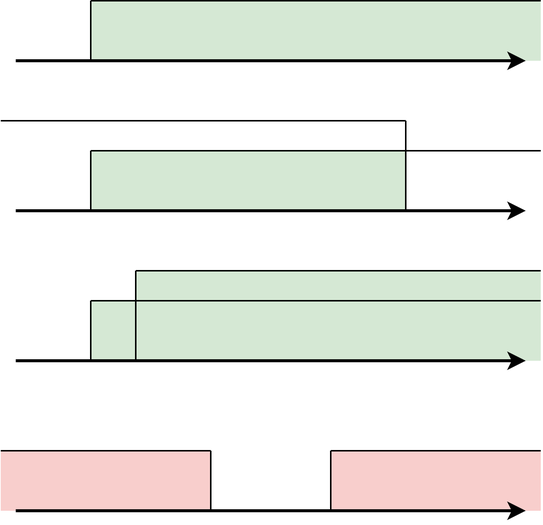
Earlier version of the draw.io export images/nejed_int.png (borisavz/teorija_tipova). Source tidied: cells renumbered, new cells last; positions are measured from the earlier drawing's top-left corner, leaving out a move shared by most shapes. Source of this version:
```xml
<mxGraphModel>
  <root>
    <mxCell id="0" />
    <mxCell id="1" parent="0" />
    <mxCell id="2" style="rounded=0;whiteSpace=wrap;html=1;fillColor=#d5e8d4;strokeColor=none;gradientColor=none;" parent="1" vertex="1">
      <mxGeometry x="90" y="180" width="270" height="60" as="geometry" />
    </mxCell>
    <mxCell id="3" style="rounded=0;whiteSpace=wrap;html=1;fillColor=#f8cecc;strokeColor=none;" parent="1" vertex="1">
      <mxGeometry x="220" y="300" width="140" height="40" as="geometry" />
    </mxCell>
    <mxCell id="4" style="rounded=0;whiteSpace=wrap;html=1;fillColor=#f8cecc;strokeColor=none;" parent="1" vertex="1">
      <mxGeometry y="300" width="140" height="40" as="geometry" />
    </mxCell>
    <mxCell id="5" style="rounded=0;whiteSpace=wrap;html=1;fillColor=#d5e8d4;strokeColor=none;gradientColor=none;" parent="1" vertex="1">
      <mxGeometry x="60" y="100" width="210" height="40" as="geometry" />
    </mxCell>
    <mxCell id="6" style="rounded=0;whiteSpace=wrap;html=1;fillColor=#d5e8d4;strokeColor=none;" parent="1" vertex="1">
      <mxGeometry x="60" width="300" height="40" as="geometry" />
    </mxCell>
    <mxCell id="7" style="endArrow=classic;html=1;rounded=0;strokeWidth=2;" parent="1" edge="1">
      <mxGeometry relative="1" as="geometry">
        <mxPoint x="10" y="40" as="sourcePoint" />
        <mxPoint x="350" y="40" as="targetPoint" />
      </mxGeometry>
    </mxCell>
    <mxCell id="8" style="endArrow=none;html=1;rounded=0;" parent="1" edge="1">
      <mxGeometry relative="1" as="geometry">
        <mxPoint x="60" y="40" as="sourcePoint" />
        <mxPoint x="60" as="targetPoint" />
      </mxGeometry>
    </mxCell>
    <mxCell id="9" style="endArrow=none;html=1;rounded=0;" parent="1" edge="1">
      <mxGeometry relative="1" as="geometry">
        <mxPoint x="60" as="sourcePoint" />
        <mxPoint x="360" as="targetPoint" />
      </mxGeometry>
    </mxCell>
    <mxCell id="10" style="endArrow=classic;html=1;rounded=0;strokeWidth=2;" parent="1" edge="1">
      <mxGeometry relative="1" as="geometry">
        <mxPoint x="10" y="140" as="sourcePoint" />
        <mxPoint x="350" y="140" as="targetPoint" />
      </mxGeometry>
    </mxCell>
    <mxCell id="11" style="endArrow=none;html=1;rounded=0;" parent="1" edge="1">
      <mxGeometry relative="1" as="geometry">
        <mxPoint x="60" y="140" as="sourcePoint" />
        <mxPoint x="60" y="100" as="targetPoint" />
      </mxGeometry>
    </mxCell>
    <mxCell id="12" style="endArrow=none;html=1;rounded=0;" parent="1" edge="1">
      <mxGeometry relative="1" as="geometry">
        <mxPoint x="60" y="100" as="sourcePoint" />
        <mxPoint x="360" y="100" as="targetPoint" />
      </mxGeometry>
    </mxCell>
    <mxCell id="13" style="endArrow=none;html=1;rounded=0;" parent="1" edge="1">
      <mxGeometry relative="1" as="geometry">
        <mxPoint x="270" y="140" as="sourcePoint" />
        <mxPoint x="270" y="80" as="targetPoint" />
      </mxGeometry>
    </mxCell>
    <mxCell id="14" style="endArrow=none;html=1;rounded=0;" parent="1" edge="1">
      <mxGeometry relative="1" as="geometry">
        <mxPoint y="80" as="sourcePoint" />
        <mxPoint x="270" y="80" as="targetPoint" />
      </mxGeometry>
    </mxCell>
    <mxCell id="15" style="endArrow=classic;html=1;rounded=0;strokeWidth=2;" parent="1" edge="1">
      <mxGeometry relative="1" as="geometry">
        <mxPoint x="10" y="340" as="sourcePoint" />
        <mxPoint x="350" y="340" as="targetPoint" />
      </mxGeometry>
    </mxCell>
    <mxCell id="16" style="endArrow=none;html=1;rounded=0;" parent="1" edge="1">
      <mxGeometry relative="1" as="geometry">
        <mxPoint x="140" y="340" as="sourcePoint" />
        <mxPoint x="140" y="300" as="targetPoint" />
      </mxGeometry>
    </mxCell>
    <mxCell id="17" style="endArrow=none;html=1;rounded=0;" parent="1" edge="1">
      <mxGeometry relative="1" as="geometry">
        <mxPoint x="220" y="300" as="sourcePoint" />
        <mxPoint x="360" y="300" as="targetPoint" />
      </mxGeometry>
    </mxCell>
    <mxCell id="18" style="endArrow=none;html=1;rounded=0;" parent="1" edge="1">
      <mxGeometry relative="1" as="geometry">
        <mxPoint x="220" y="340" as="sourcePoint" />
        <mxPoint x="220" y="300" as="targetPoint" />
      </mxGeometry>
    </mxCell>
    <mxCell id="19" style="endArrow=none;html=1;rounded=0;" parent="1" edge="1">
      <mxGeometry relative="1" as="geometry">
        <mxPoint y="300" as="sourcePoint" />
        <mxPoint x="140" y="300" as="targetPoint" />
      </mxGeometry>
    </mxCell>
    <mxCell id="20" style="rounded=0;whiteSpace=wrap;html=1;fillColor=#d5e8d4;strokeColor=none;gradientColor=none;" parent="1" vertex="1">
      <mxGeometry x="60" y="200" width="210" height="40" as="geometry" />
    </mxCell>
    <mxCell id="21" style="endArrow=classic;html=1;rounded=0;strokeWidth=2;" parent="1" edge="1">
      <mxGeometry relative="1" as="geometry">
        <mxPoint x="10" y="240" as="sourcePoint" />
        <mxPoint x="350" y="240" as="targetPoint" />
      </mxGeometry>
    </mxCell>
    <mxCell id="22" style="endArrow=none;html=1;rounded=0;" parent="1" edge="1">
      <mxGeometry relative="1" as="geometry">
        <mxPoint x="60" y="240" as="sourcePoint" />
        <mxPoint x="60" y="200" as="targetPoint" />
      </mxGeometry>
    </mxCell>
    <mxCell id="23" style="endArrow=none;html=1;rounded=0;" parent="1" edge="1">
      <mxGeometry relative="1" as="geometry">
        <mxPoint x="60" y="200" as="sourcePoint" />
        <mxPoint x="360" y="200" as="targetPoint" />
      </mxGeometry>
    </mxCell>
    <mxCell id="24" style="endArrow=none;html=1;rounded=0;" parent="1" edge="1">
      <mxGeometry relative="1" as="geometry">
        <mxPoint x="90" y="240" as="sourcePoint" />
        <mxPoint x="90" y="180" as="targetPoint" />
      </mxGeometry>
    </mxCell>
    <mxCell id="25" style="endArrow=none;html=1;rounded=0;" parent="1" edge="1">
      <mxGeometry relative="1" as="geometry">
        <mxPoint x="90" y="180" as="sourcePoint" />
        <mxPoint x="360" y="180" as="targetPoint" />
      </mxGeometry>
    </mxCell>
  </root>
</mxGraphModel>
```
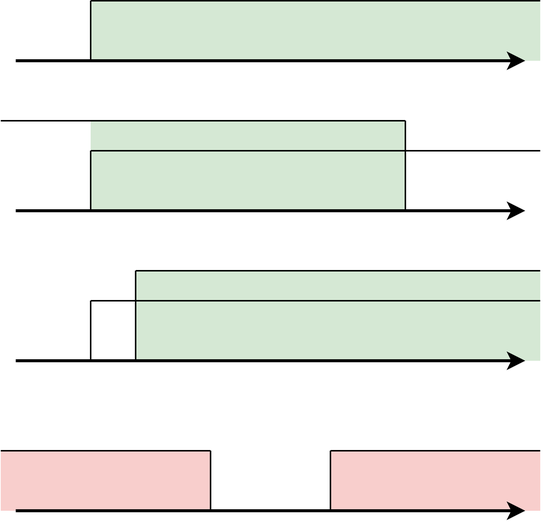
After the commit.

The edit, as a diff of the source:
```diff
@@ -12,7 +12,7 @@
       <mxGeometry y="300" width="140" height="40" as="geometry" />
     </mxCell>
     <mxCell id="5" style="rounded=0;whiteSpace=wrap;html=1;fillColor=#d5e8d4;strokeColor=none;gradientColor=none;" parent="1" vertex="1">
-      <mxGeometry x="60" y="100" width="210" height="40" as="geometry" />
+      <mxGeometry x="60" y="80" width="210" height="60" as="geometry" />
     </mxCell>
     <mxCell id="6" style="rounded=0;whiteSpace=wrap;html=1;fillColor=#d5e8d4;strokeColor=none;" parent="1" vertex="1">
       <mxGeometry x="60" width="300" height="40" as="geometry" />
@@ -95,9 +95,6 @@
         <mxPoint x="140" y="300" as="targetPoint" />
       </mxGeometry>
     </mxCell>
-    <mxCell id="20" style="rounded=0;whiteSpace=wrap;html=1;fillColor=#d5e8d4;strokeColor=none;gradientColor=none;" parent="1" vertex="1">
-      <mxGeometry x="60" y="200" width="210" height="40" as="geometry" />
-    </mxCell>
     <mxCell id="21" style="endArrow=classic;html=1;rounded=0;strokeWidth=2;" parent="1" edge="1">
       <mxGeometry relative="1" as="geometry">
         <mxPoint x="10" y="240" as="sourcePoint" />
```
